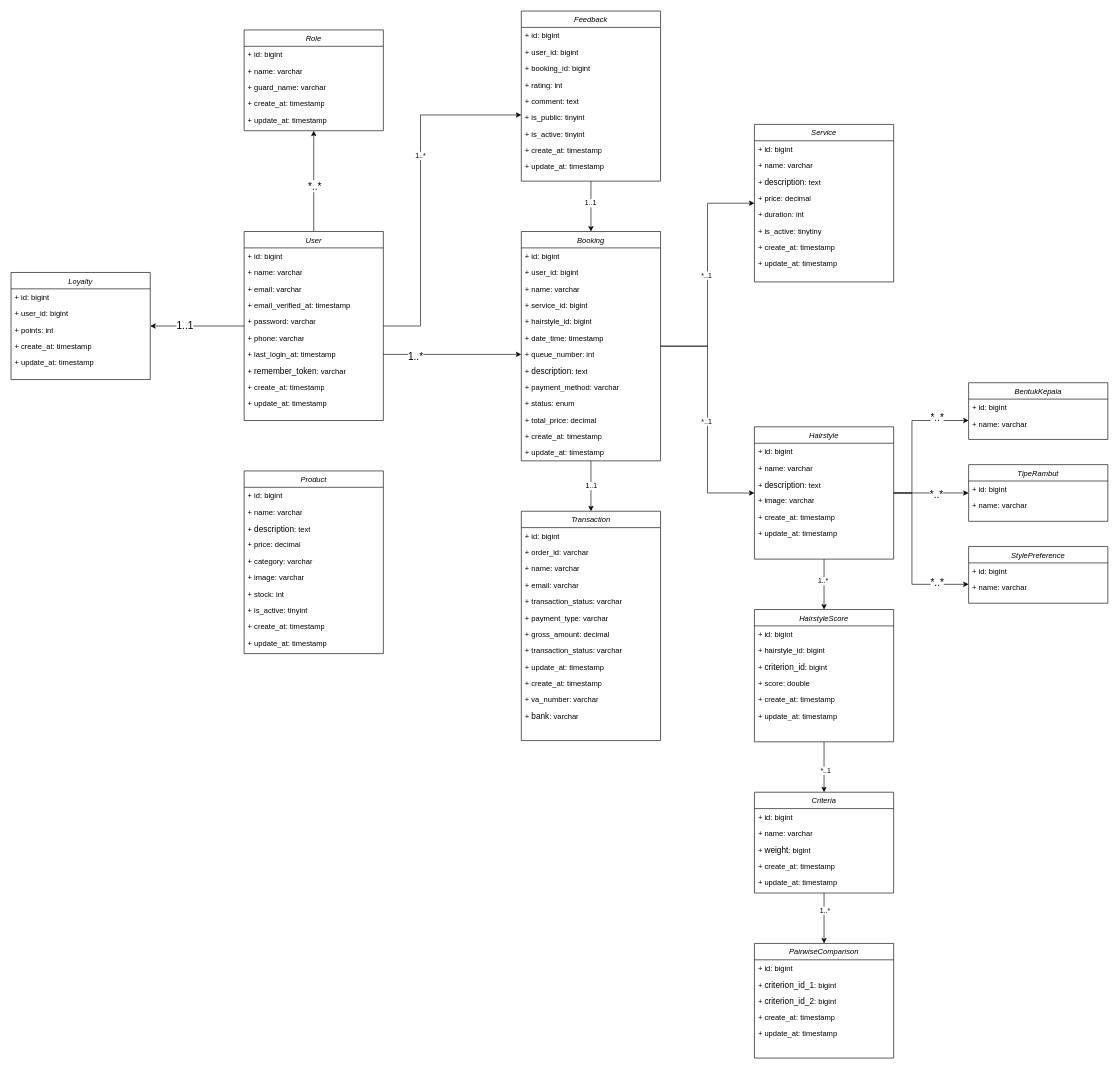
Before: Class Diagram.drawio in agungwahyu14/WoxBarbershop, a draw.io diagram. Source tidied: cells renumbered, new cells numbered last; positions are measured from the earlier drawing's top-left corner, leaving out a move shared by most shapes. Both pictures are drawn from the tidied source at 63%, with x=0, y=0 at pixel (11, 11).
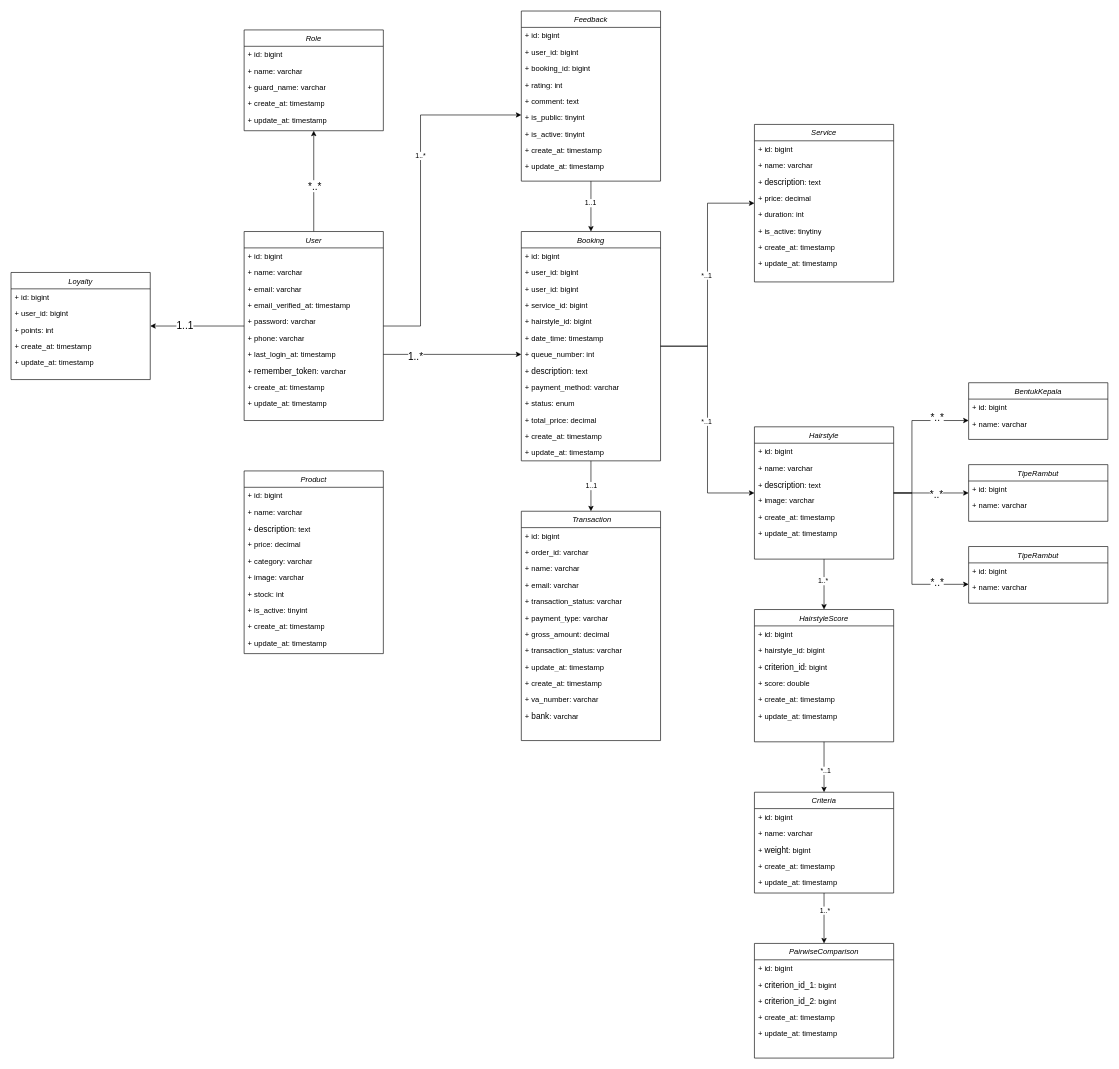
The same diagram, later.

Unchanged cells that the change refers to:
```xml
<mxCell id="26" value="Booking" style="swimlane;fontStyle=2;align=center;verticalAlign=top;horizontal=1;startSize=26;rounded=0;shadow=0;strokeWidth=1;labelBackgroundColor=default;" parent="1" vertex="1">
  <mxGeometry x="810" y="350" width="221" height="364" as="geometry" />
</mxCell>
```

What changed in the source:
```diff
@@
-    <mxCell id="29" value="+ name: varchar" style="text;strokeColor=none;fillColor=none;align=left;verticalAlign=top;spacingLeft=4;spacingRight=4;overflow=hidden;whiteSpace=wrap;html=1;" parent="26" vertex="1">
+    <mxCell id="29" value="+ user_id: bigint" style="text;strokeColor=none;fillColor=none;align=left;verticalAlign=top;spacingLeft=4;spacingRight=4;overflow=hidden;whiteSpace=wrap;html=1;" parent="26" vertex="1">
       <mxGeometry y="78" width="221" height="26" as="geometry" />
     </mxCell>
@@
-    <mxCell id="91" value="StylePreference" style="swimlane;fontStyle=2;align=center;verticalAlign=top;horizontal=1;startSize=26;rounded=0;shadow=0;strokeWidth=1;labelBackgroundColor=default;" parent="1" vertex="1">
+    <mxCell id="91" value="TipeRambut" style="swimlane;fontStyle=2;align=center;verticalAlign=top;horizontal=1;startSize=26;rounded=0;shadow=0;strokeWidth=1;labelBackgroundColor=default;" parent="1" vertex="1">
       <mxGeometry x="1520" y="850" width="221" height="90" as="geometry" />
     </mxCell>
@@
-    <mxCell id="97" value="Transaction" style="swimlane;fontStyle=2;align=center;verticalAlign=top;horizontal=1;startSize=26;rounded=0;shadow=0;strokeWidth=1;labelBackgroundColor=default;" parent="1" vertex="1">
+    <mxCell id="97" value=" Transaction" style="swimlane;fontStyle=2;align=center;verticalAlign=top;horizontal=1;startSize=26;rounded=0;shadow=0;strokeWidth=1;labelBackgroundColor=default;" parent="1" vertex="1">
       <mxGeometry x="810" y="794" width="221" height="364" as="geometry" />
     </mxCell>
```
